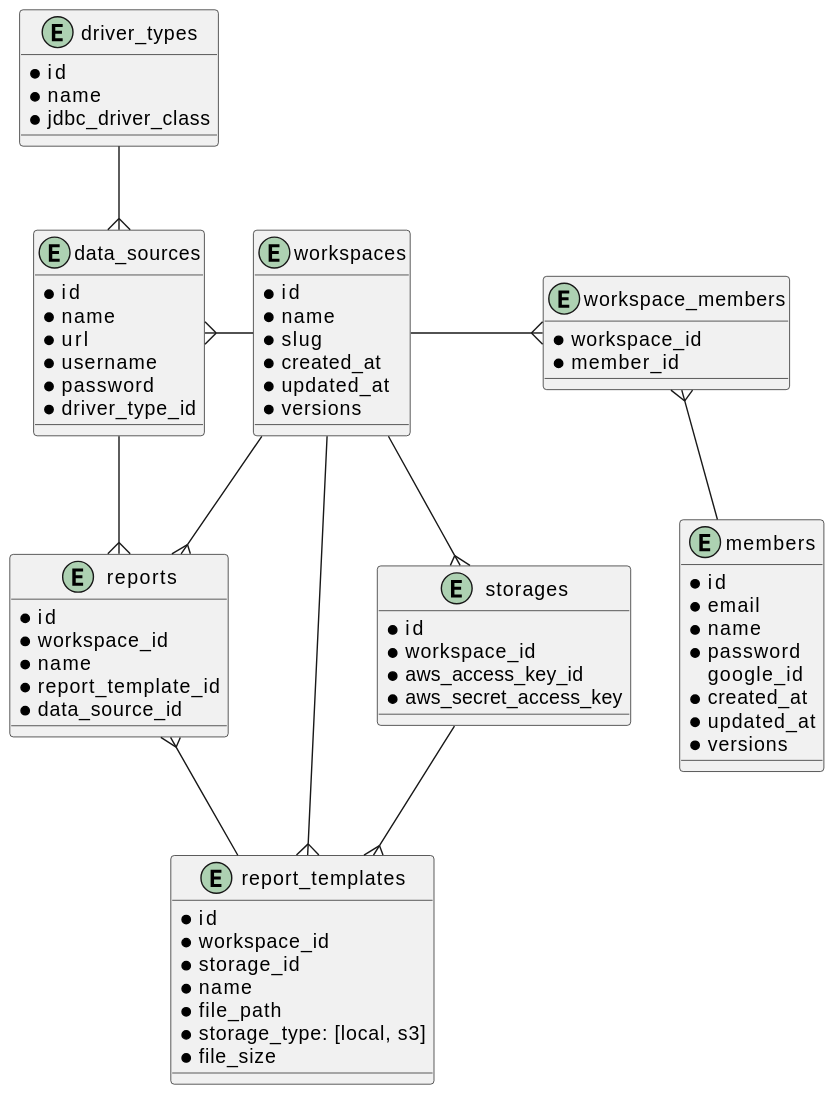
Earlier version of the PlantUML export docs/db/diagram.svg (ijufumi/openreports-api).
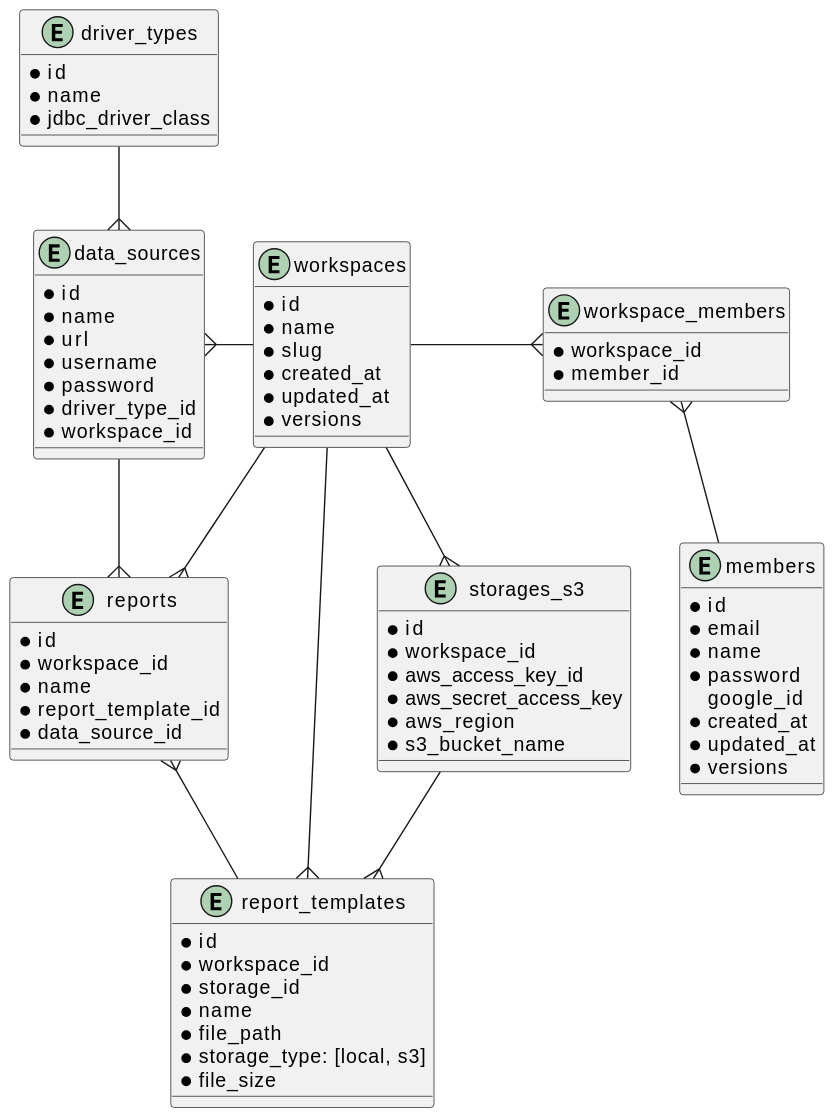
Later version of the same file.

Change to the diagram source:
```diff
@@ -31,6 +31,7 @@
   * username
   * password
   * driver_type_id
+  * workspace_id
 }
 
 entity driver_types {
@@ -57,11 +58,13 @@
   * file_size
 }
 
-entity storages {
+entity storages_s3 {
   * id
   * workspace_id
   * aws_access_key_id
   * aws_secret_access_key
+  * aws_region
+  * s3_bucket_name
 }
 
 workspaces --r{ workspace_members
@@ -72,6 +75,6 @@
 reports }-- report_templates
 driver_types --{ data_sources
 data_sources --{ reports
-workspaces --{ storages
-storages --{ report_templates
+workspaces --{ storages_s3
+storages_s3 --{ report_templates
 @enduml
```
